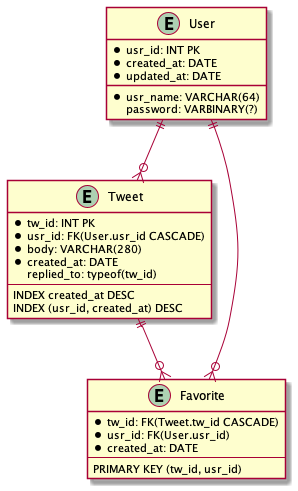
Before: er/er.png, a diagram exported from PlantUML (a-omori-yumemi/YumetterAPI).
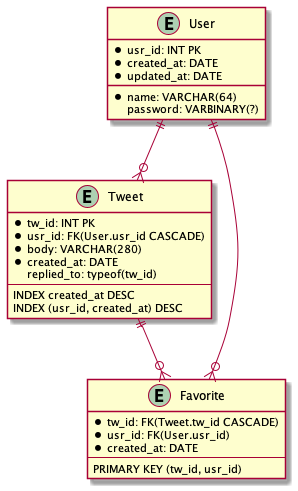
After the change.

The edit, as a diff of the source:
```diff
@@ -11,7 +11,7 @@
 }
 entity User {
     * usr_id: INT PK
-    * usr_name: VARCHAR(64)
+    * name: VARCHAR(64)
     * created_at: DATE
     * updated_at: DATE
     password: VARBINARY(?)
```
